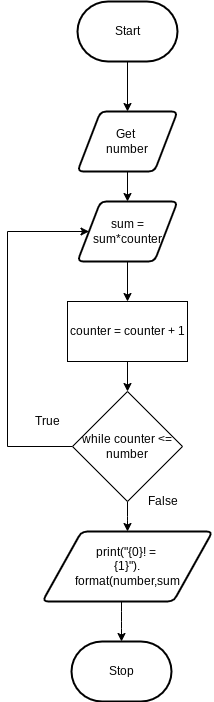
Earlier version of the draw.io export flowchart.png (Huzaifa-Khalid-2/ICS3U-Unit4-02-Python). Source tidied: cells renumbered, new cells last; positions are measured from the earlier drawing's top-left corner, leaving out a move shared by most shapes.
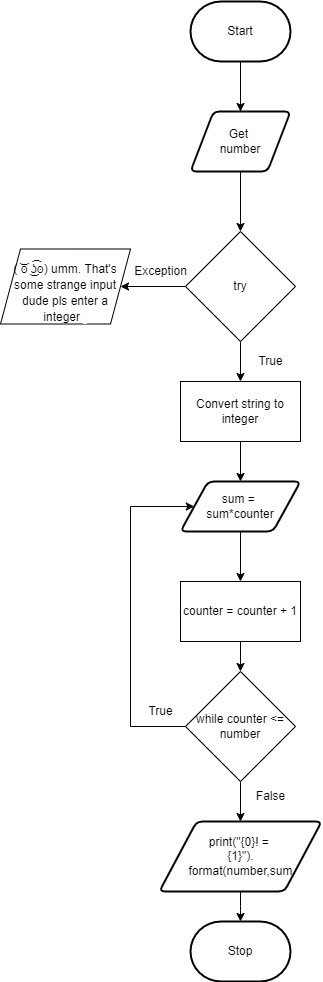
Above is the later version.

Change to the diagram source:
```diff
@@ -2,14 +2,14 @@
   <root>
     <mxCell id="0" />
     <mxCell id="1" parent="0" />
-    <mxCell id="2" style="edgeStyle=none;html=1;" parent="1" edge="1" source="3" target="11">
-      <mxGeometry relative="1" as="geometry" />
-    </mxCell>
+    <mxCell id="18" style="edgeStyle=none;html=1;" parent="1" edge="1" source="3" target="21">
+      <mxGeometry relative="1" as="geometry" />
+    </mxCell>
     <mxCell id="3" value="Get &lt;br&gt;number" style="shape=parallelogram;html=1;strokeWidth=2;perimeter=parallelogramPerimeter;whiteSpace=wrap;rounded=1;arcSize=12;size=0.23;" parent="1" vertex="1">
       <mxGeometry x="70" y="110" width="100" height="60" as="geometry" />
     </mxCell>
     <mxCell id="4" value="Stop" style="strokeWidth=2;html=1;shape=mxgraph.flowchart.terminator;whiteSpace=wrap;" parent="1" vertex="1">
-      <mxGeometry x="64" y="640" width="100" height="60" as="geometry" />
+      <mxGeometry x="70" y="920" width="100" height="60" as="geometry" />
     </mxCell>
     <mxCell id="5" style="edgeStyle=none;html=1;entryX=0.5;entryY=0;entryDx=0;entryDy=0;" parent="1" edge="1" source="6" target="3">
       <mxGeometry relative="1" as="geometry" />
@@ -17,42 +17,68 @@
     <mxCell id="6" value="Start" style="strokeWidth=2;html=1;shape=mxgraph.flowchart.terminator;whiteSpace=wrap;" parent="1" vertex="1">
       <mxGeometry x="70" width="100" height="60" as="geometry" />
     </mxCell>
-    <mxCell id="7" style="edgeStyle=elbowEdgeStyle;html=1;" parent="1" edge="1" source="9" target="15">
+    <mxCell id="7" style="edgeStyle=none;html=1;fontSize=12;" parent="1" edge="1" source="9" target="15">
       <mxGeometry relative="1" as="geometry" />
     </mxCell>
-    <mxCell id="8" style="edgeStyle=elbowEdgeStyle;html=1;rounded=0;entryX=0;entryY=0.5;entryDx=0;entryDy=0;" parent="1" edge="1" source="9" target="11">
+    <mxCell id="8" style="edgeStyle=elbowEdgeStyle;html=1;entryX=0;entryY=0.5;entryDx=0;entryDy=0;fontSize=12;rounded=0;exitX=0;exitY=0.5;exitDx=0;exitDy=0;" parent="1" edge="1" source="9" target="11">
       <mxGeometry relative="1" as="geometry">
         <Array as="points">
-          <mxPoint y="280" />
+          <mxPoint x="10" y="620" />
         </Array>
       </mxGeometry>
     </mxCell>
     <mxCell id="9" value="while counter &amp;lt;= number" style="rhombus;whiteSpace=wrap;html=1;" parent="1" vertex="1">
-      <mxGeometry x="65" y="390" width="110" height="110" as="geometry" />
+      <mxGeometry x="65" y="670" width="110" height="110" as="geometry" />
     </mxCell>
+    <mxCell id="14" style="edgeStyle=elbowEdgeStyle;html=1;" parent="1" edge="1" source="15" target="4">
+      <mxGeometry relative="1" as="geometry" />
+    </mxCell>
+    <mxCell id="15" value="print(&quot;{0}! = &lt;br&gt;{1}&quot;).&lt;br&gt;format(number,sum" style="shape=parallelogram;html=1;strokeWidth=2;perimeter=parallelogramPerimeter;whiteSpace=wrap;rounded=1;arcSize=12;size=0.23;" parent="1" vertex="1">
+      <mxGeometry x="38.8" y="820" width="162.5" height="70" as="geometry" />
+    </mxCell>
+    <mxCell id="16" value="True" style="text;html=1;align=center;verticalAlign=middle;strokeColor=none;fillColor=none;" parent="1" vertex="1">
+      <mxGeometry x="20" y="700" width="40" height="20" as="geometry" />
+    </mxCell>
+    <mxCell id="19" style="edgeStyle=none;html=1;" parent="1" edge="1" source="21">
+      <mxGeometry relative="1" as="geometry">
+        <mxPoint y="285" as="targetPoint" />
+      </mxGeometry>
+    </mxCell>
+    <mxCell id="20" style="edgeStyle=none;html=1;fontSize=12;" parent="1" edge="1" source="21" target="25">
+      <mxGeometry relative="1" as="geometry" />
+    </mxCell>
+    <mxCell id="21" value="try" style="rhombus;whiteSpace=wrap;html=1;" parent="1" vertex="1">
+      <mxGeometry x="65" y="230" width="110" height="110" as="geometry" />
+    </mxCell>
+    <mxCell id="22" value="Exception" style="text;html=1;align=center;verticalAlign=middle;strokeColor=none;fillColor=none;" parent="1" vertex="1">
+      <mxGeometry x="5" y="260" width="70" height="20" as="geometry" />
+    </mxCell>
+    <mxCell id="23" value="&lt;h2 style=&quot;box-sizing: border-box ; font-family: &amp;#34;arial&amp;#34; , &amp;#34;helvetica&amp;#34; , &amp;#34;open sans&amp;#34; ; font-weight: 500 ; line-height: 14px ; margin-top: 20px ; margin-bottom: 10px&quot;&gt;&lt;span style=&quot;box-sizing: border-box ; font-size: 12px&quot;&gt;( ͝סּ ͜ʖ͡סּ) umm. That's some strange input dude pls enter a integer&amp;nbsp;&lt;span style=&quot;background-color: rgb(255 , 255 , 255)&quot;&gt;&amp;nbsp;&lt;/span&gt;&lt;/span&gt;&lt;/h2&gt;" style="shape=parallelogram;perimeter=parallelogramPerimeter;whiteSpace=wrap;html=1;fixedSize=1;" parent="1" vertex="1">
+      <mxGeometry x="-120" y="247.5" width="130" height="75" as="geometry" />
+    </mxCell>
+    <mxCell id="24" style="edgeStyle=none;html=1;entryX=0.5;entryY=0;entryDx=0;entryDy=0;fontSize=12;" parent="1" edge="1" source="25" target="11">
+      <mxGeometry relative="1" as="geometry" />
+    </mxCell>
+    <mxCell id="25" value="Convert string to integer" style="rounded=0;whiteSpace=wrap;html=1;labelBackgroundColor=none;fontSize=12;" parent="1" vertex="1">
+      <mxGeometry x="60" y="380" width="120" height="60" as="geometry" />
+    </mxCell>
-    <mxCell id="10" style="edgeStyle=none;html=1;entryX=0.5;entryY=0;entryDx=0;entryDy=0;" parent="1" edge="1" source="11" target="13">
+    <mxCell id="10" style="edgeStyle=none;html=1;fontSize=12;" parent="1" edge="1" source="11" target="13">
       <mxGeometry relative="1" as="geometry" />
     </mxCell>
-    <mxCell id="11" value="sum = sum*counter" style="shape=parallelogram;html=1;strokeWidth=2;perimeter=parallelogramPerimeter;whiteSpace=wrap;rounded=1;arcSize=12;size=0.23;" parent="1" vertex="1">
-      <mxGeometry x="70" y="200" width="100" height="60" as="geometry" />
+    <mxCell id="11" value="sum = &lt;br&gt;sum*counter" style="shape=parallelogram;html=1;strokeWidth=2;perimeter=parallelogramPerimeter;whiteSpace=wrap;rounded=1;arcSize=12;size=0.23;" parent="1" vertex="1">
+      <mxGeometry x="60" y="480" width="120" height="50" as="geometry" />
     </mxCell>
-    <mxCell id="12" style="edgeStyle=none;html=1;" parent="1" edge="1" source="13" target="9">
+    <mxCell id="12" style="edgeStyle=none;html=1;fontSize=12;" parent="1" edge="1" source="13" target="9">
       <mxGeometry relative="1" as="geometry" />
     </mxCell>
-    <mxCell id="13" value="&lt;span&gt;counter = counter + 1&lt;br&gt;&lt;/span&gt;" style="rounded=0;whiteSpace=wrap;html=1;" parent="1" vertex="1">
-      <mxGeometry x="60" y="300" width="120" height="60" as="geometry" />
+    <mxCell id="13" value="counter = counter + 1" style="rounded=0;whiteSpace=wrap;html=1;labelBackgroundColor=none;fontSize=12;" parent="1" vertex="1">
+      <mxGeometry x="60" y="580" width="120" height="60" as="geometry" />
     </mxCell>
-    <mxCell id="14" style="edgeStyle=elbowEdgeStyle;html=1;" parent="1" edge="1" source="15" target="4">
-      <mxGeometry relative="1" as="geometry" />
-    </mxCell>
-    <mxCell id="15" value="print(&quot;{0}! = &lt;br&gt;{1}&quot;).&lt;br&gt;format(number,sum" style="shape=parallelogram;html=1;strokeWidth=2;perimeter=parallelogramPerimeter;whiteSpace=wrap;rounded=1;arcSize=12;size=0.23;" parent="1" vertex="1">
-      <mxGeometry x="35" y="530" width="170" height="70" as="geometry" />
-    </mxCell>
-    <mxCell id="16" value="True" style="text;html=1;align=center;verticalAlign=middle;strokeColor=none;fillColor=none;" parent="1" vertex="1">
-      <mxGeometry x="20" y="410" width="40" height="20" as="geometry" />
-    </mxCell>
-    <mxCell id="17" value="False" style="text;html=1;align=center;verticalAlign=middle;strokeColor=none;fillColor=none;" parent="1" vertex="1">
-      <mxGeometry x="130" y="490" width="50" height="20" as="geometry" />
+    <mxCell id="17" value="False" style="text;html=1;align=center;verticalAlign=middle;strokeColor=none;fillColor=none;fontSize=12;" parent="1" vertex="1">
+      <mxGeometry x="130" y="785" width="40" height="20" as="geometry" />
     </mxCell>
+    <mxCell id="26" value="True" style="text;html=1;align=center;verticalAlign=middle;strokeColor=none;fillColor=none;" parent="1" vertex="1">
+      <mxGeometry x="130" y="350" width="40" height="20" as="geometry" />
+    </mxCell>
   </root>
 </mxGraphModel>
```
